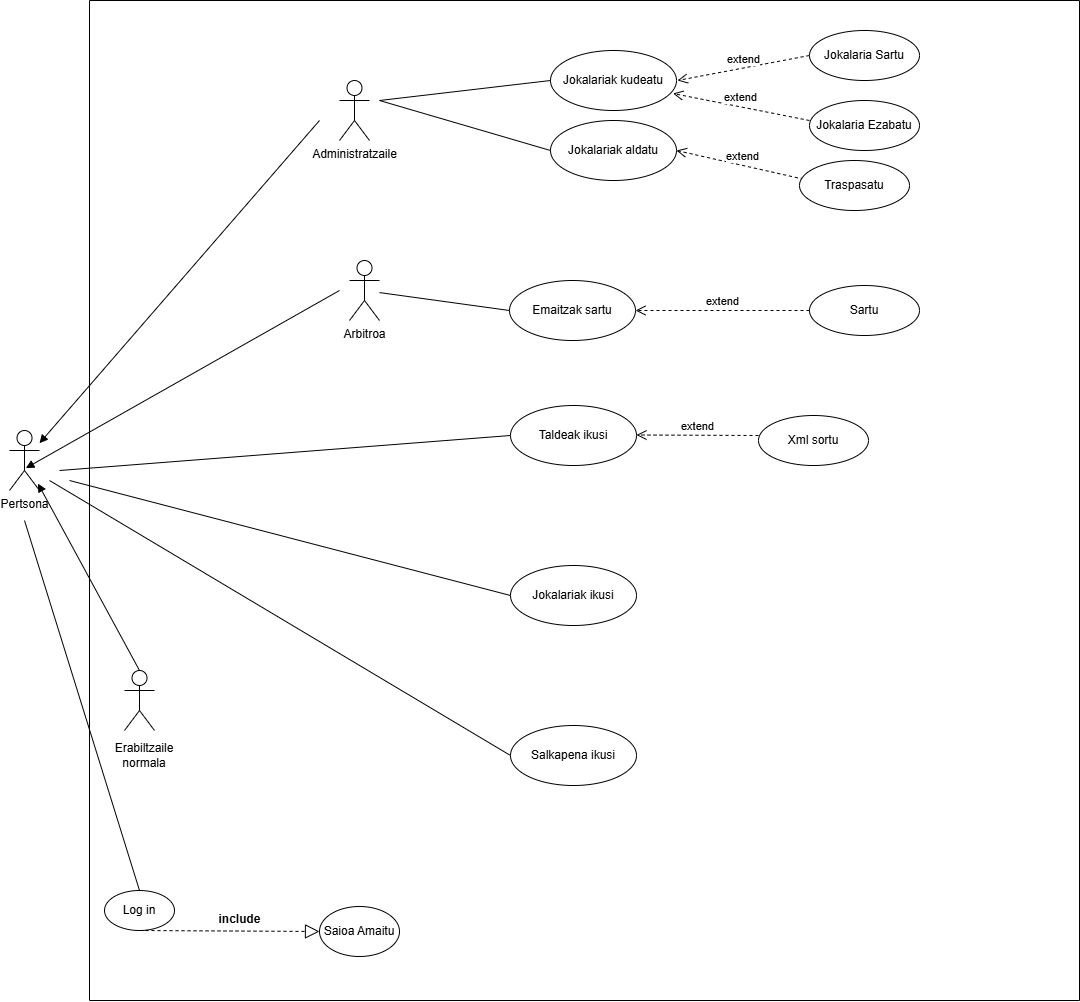
oierfptxurdinaga/T2E3PROG keeps this draw.io diagram as Garapen_Inguru/Erabilera_Kasu_Diagrama.png. Above is the earlier version. Source tidied: cells renumbered, new cells last; positions are measured from the earlier drawing's top-left corner, leaving out a move shared by most shapes. The source it was exported from:
```xml
<mxGraphModel>
  <root>
    <mxCell id="0" />
    <mxCell id="1" parent="0" />
    <mxCell id="2" value="Administratzaile" style="shape=umlActor;verticalLabelPosition=bottom;verticalAlign=top;html=1;" parent="1" vertex="1">
      <mxGeometry x="330" y="80" width="30" height="60" as="geometry" />
    </mxCell>
    <mxCell id="3" value="Pertsona" style="shape=umlActor;verticalLabelPosition=bottom;verticalAlign=top;html=1;" parent="1" vertex="1">
      <mxGeometry y="430" width="30" height="60" as="geometry" />
    </mxCell>
    <mxCell id="4" style="html=1;verticalAlign=bottom;endArrow=block;curved=0;rounded=0;" parent="1" edge="1" target="3">
      <mxGeometry x="-1" y="80" relative="1" as="geometry">
        <mxPoint x="310" y="120" as="sourcePoint" />
      </mxGeometry>
    </mxCell>
    <mxCell id="5" style="html=1;verticalAlign=bottom;endArrow=block;curved=0;rounded=0;entryX=0.545;entryY=0.627;entryDx=0;entryDy=0;entryPerimeter=0;" parent="1" edge="1" target="3">
      <mxGeometry x="-1" y="80" relative="1" as="geometry">
        <mxPoint x="330" y="290" as="sourcePoint" />
      </mxGeometry>
    </mxCell>
    <mxCell id="6" style="html=1;verticalAlign=bottom;endArrow=block;curved=0;rounded=0;entryX=0.949;entryY=0.884;entryDx=0;entryDy=0;entryPerimeter=0;exitX=0.5;exitY=0;exitDx=0;exitDy=0;exitPerimeter=0;" parent="1" edge="1" source="28" target="3">
      <mxGeometry x="-1" y="80" relative="1" as="geometry" />
    </mxCell>
    <mxCell id="7" style="endArrow=none;html=1;rounded=0;entryX=0.5;entryY=0;entryDx=0;entryDy=0;" parent="1" edge="1" target="19">
      <mxGeometry relative="1" as="geometry">
        <mxPoint x="15" y="520" as="sourcePoint" />
      </mxGeometry>
    </mxCell>
    <mxCell id="8" value="Jokalariak kudeatu" style="ellipse;whiteSpace=wrap;html=1;" parent="1" vertex="1">
      <mxGeometry x="541" y="50" width="126" height="60" as="geometry" />
    </mxCell>
    <mxCell id="9" value="Jokalariak aldatu" style="ellipse;whiteSpace=wrap;html=1;" parent="1" vertex="1">
      <mxGeometry x="541" y="120" width="126" height="60" as="geometry" />
    </mxCell>
    <mxCell id="10" style="endArrow=none;html=1;rounded=0;entryX=0;entryY=0.5;entryDx=0;entryDy=0;" parent="1" edge="1" target="8">
      <mxGeometry relative="1" as="geometry">
        <mxPoint x="370" y="100" as="sourcePoint" />
      </mxGeometry>
    </mxCell>
    <mxCell id="11" style="endArrow=none;html=1;rounded=0;entryX=0;entryY=0.5;entryDx=0;entryDy=0;" parent="1" edge="1" target="9">
      <mxGeometry relative="1" as="geometry">
        <mxPoint x="370" y="100" as="sourcePoint" />
      </mxGeometry>
    </mxCell>
    <mxCell id="12" value="extend" style="html=1;verticalAlign=bottom;endArrow=open;dashed=1;endSize=8;curved=0;rounded=0;exitX=0;exitY=0.5;exitDx=0;exitDy=0;" parent="1" edge="1" source="13">
      <mxGeometry relative="1" as="geometry">
        <mxPoint x="668" y="80" as="targetPoint" />
      </mxGeometry>
    </mxCell>
    <mxCell id="13" value="Jokalaria Sartu" style="ellipse;whiteSpace=wrap;html=1;" parent="1" vertex="1">
      <mxGeometry x="800" y="30" width="110" height="50" as="geometry" />
    </mxCell>
    <mxCell id="14" value="extend" style="html=1;verticalAlign=bottom;endArrow=open;dashed=1;endSize=8;curved=0;rounded=0;entryX=0.973;entryY=0.717;entryDx=0;entryDy=0;entryPerimeter=0;" parent="1" edge="1" target="8">
      <mxGeometry relative="1" as="geometry">
        <mxPoint x="800" y="120" as="sourcePoint" />
      </mxGeometry>
    </mxCell>
    <mxCell id="15" value="Jokalaria Ezabatu" style="ellipse;whiteSpace=wrap;html=1;" parent="1" vertex="1">
      <mxGeometry x="800" y="100" width="110" height="50" as="geometry" />
    </mxCell>
    <mxCell id="16" value="extend" style="html=1;verticalAlign=bottom;endArrow=open;dashed=1;endSize=8;curved=0;rounded=0;entryX=1;entryY=0.5;entryDx=0;entryDy=0;" parent="1" edge="1" target="9">
      <mxGeometry relative="1" as="geometry">
        <mxPoint x="800" y="180" as="sourcePoint" />
      </mxGeometry>
    </mxCell>
    <mxCell id="17" value="Traspasatu" style="ellipse;whiteSpace=wrap;html=1;" parent="1" vertex="1">
      <mxGeometry x="790" y="160" width="110" height="50" as="geometry" />
    </mxCell>
    <mxCell id="18" style="swimlane;startSize=0;" parent="1" vertex="1">
      <mxGeometry x="80" width="990" height="1000" as="geometry" />
    </mxCell>
    <mxCell id="19" value="Log in" style="ellipse;whiteSpace=wrap;html=1;" parent="18" vertex="1">
      <mxGeometry x="15" y="890" width="70" height="40" as="geometry" />
    </mxCell>
    <mxCell id="20" value="Saioa Amaitu" style="ellipse;whiteSpace=wrap;html=1;" parent="18" vertex="1">
      <mxGeometry x="230" y="906" width="80" height="50" as="geometry" />
    </mxCell>
    <mxCell id="21" style="endArrow=block;dashed=1;endFill=0;endSize=12;html=1;rounded=0;exitX=0.5;exitY=1;exitDx=0;exitDy=0;" parent="18" edge="1" source="19" target="20">
      <mxGeometry relative="1" as="geometry" />
    </mxCell>
    <mxCell id="22" value="include" style="text;align=center;fontStyle=1;verticalAlign=middle;spacingLeft=3;spacingRight=3;strokeColor=none;html=1;" parent="18" vertex="1">
      <mxGeometry x="110" y="906" width="80" height="26" as="geometry" />
    </mxCell>
    <mxCell id="23" value="Emaitzak sartu" style="ellipse;whiteSpace=wrap;html=1;" parent="18" vertex="1">
      <mxGeometry x="420" y="280" width="126" height="60" as="geometry" />
    </mxCell>
    <mxCell id="24" value="Sartu" style="ellipse;whiteSpace=wrap;html=1;" parent="18" vertex="1">
      <mxGeometry x="720" y="285" width="110" height="50" as="geometry" />
    </mxCell>
    <mxCell id="25" value="extend" style="html=1;verticalAlign=bottom;endArrow=open;dashed=1;endSize=8;curved=0;rounded=0;entryX=1;entryY=0.5;entryDx=0;entryDy=0;exitX=0;exitY=0.5;exitDx=0;exitDy=0;" parent="18" edge="1" source="24" target="23">
      <mxGeometry relative="1" as="geometry" />
    </mxCell>
    <mxCell id="26" value="Arbitroa" style="shape=umlActor;verticalLabelPosition=bottom;verticalAlign=top;html=1;" parent="18" vertex="1">
      <mxGeometry x="260" y="260" width="30" height="60" as="geometry" />
    </mxCell>
    <mxCell id="27" style="endArrow=none;html=1;rounded=0;entryX=0;entryY=0.5;entryDx=0;entryDy=0;" parent="18" edge="1" source="26" target="23">
      <mxGeometry relative="1" as="geometry" />
    </mxCell>
    <mxCell id="28" style="shape=umlActor;verticalLabelPosition=bottom;verticalAlign=top;html=1;" parent="18" vertex="1">
      <mxGeometry x="35" y="670" width="30" height="60" as="geometry" />
    </mxCell>
    <mxCell id="29" value="Erabiltzaile normala" style="text;html=1;whiteSpace=wrap;strokeColor=none;fillColor=none;align=center;verticalAlign=middle;rounded=0;" parent="18" vertex="1">
      <mxGeometry x="25" y="740" width="60" height="30" as="geometry" />
    </mxCell>
    <mxCell id="30" value="Taldeak ikusi" style="ellipse;whiteSpace=wrap;html=1;" parent="18" vertex="1">
      <mxGeometry x="421" y="405" width="126" height="60" as="geometry" />
    </mxCell>
    <mxCell id="31" value="Jokalariak ikusi" style="ellipse;whiteSpace=wrap;html=1;" parent="18" vertex="1">
      <mxGeometry x="421" y="565" width="126" height="60" as="geometry" />
    </mxCell>
    <mxCell id="32" style="endArrow=none;html=1;rounded=0;entryX=0;entryY=0.5;entryDx=0;entryDy=0;" parent="18" edge="1" target="31">
      <mxGeometry relative="1" as="geometry">
        <mxPoint x="-20" y="480" as="sourcePoint" />
      </mxGeometry>
    </mxCell>
    <mxCell id="33" style="endArrow=none;html=1;rounded=0;entryX=0;entryY=0.5;entryDx=0;entryDy=0;" parent="18" edge="1" target="30">
      <mxGeometry relative="1" as="geometry">
        <mxPoint x="-30" y="470" as="sourcePoint" />
      </mxGeometry>
    </mxCell>
    <mxCell id="34" style="endArrow=none;html=1;rounded=0;entryX=0;entryY=0.5;entryDx=0;entryDy=0;" parent="18" edge="1">
      <mxGeometry relative="1" as="geometry">
        <mxPoint x="-40" y="480" as="sourcePoint" />
        <mxPoint x="421" y="755" as="targetPoint" />
      </mxGeometry>
    </mxCell>
    <mxCell id="35" value="extend" style="html=1;verticalAlign=bottom;endArrow=open;dashed=1;endSize=8;curved=0;rounded=0;" parent="18" edge="1">
      <mxGeometry relative="1" as="geometry">
        <mxPoint x="669" y="435" as="sourcePoint" />
        <mxPoint x="547" y="434.5" as="targetPoint" />
      </mxGeometry>
    </mxCell>
    <mxCell id="36" value="Xml sortu" style="ellipse;whiteSpace=wrap;html=1;" parent="18" vertex="1">
      <mxGeometry x="669" y="415" width="110" height="50" as="geometry" />
    </mxCell>
    <mxCell id="37" value="Salkapena ikusi" style="ellipse;whiteSpace=wrap;html=1;" parent="18" vertex="1">
      <mxGeometry x="421" y="725" width="126" height="60" as="geometry" />
    </mxCell>
  </root>
</mxGraphModel>
```
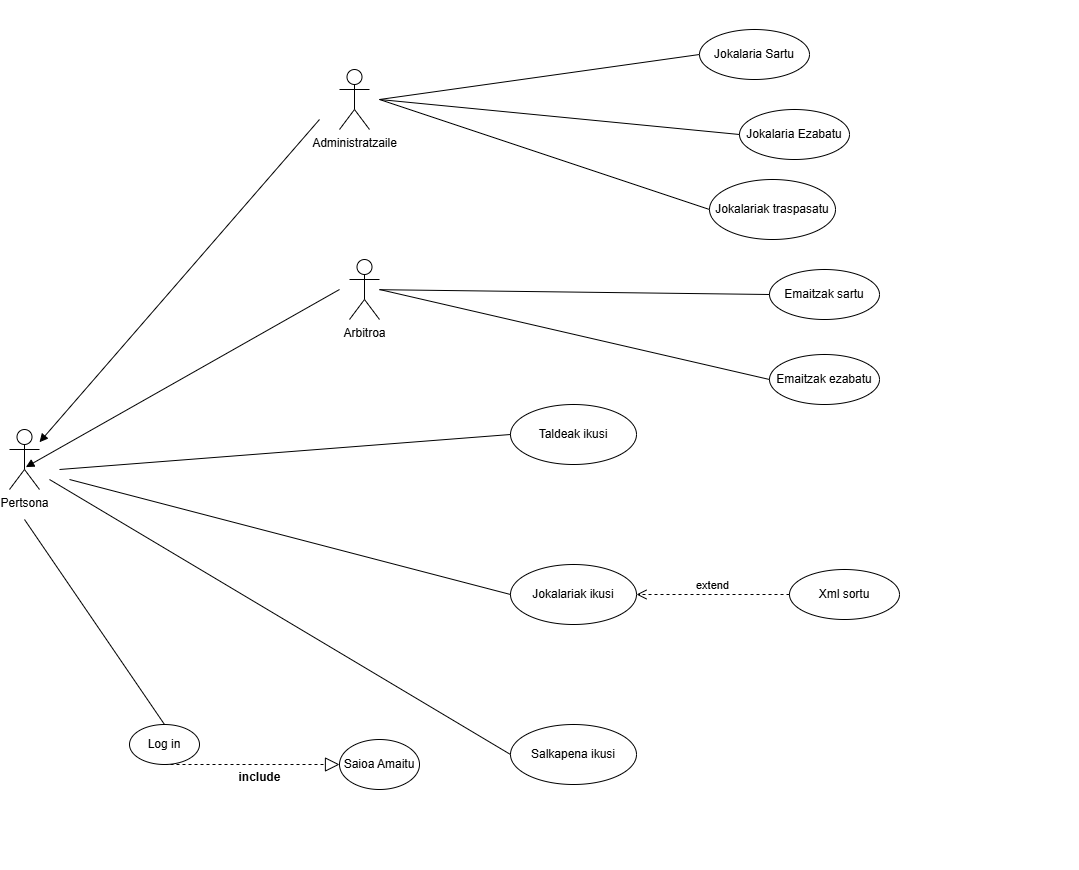
Later version of the same file.

Commit message:
Erabilera kasuak erdi-amaitutak eta kasu diagramaren azken bertsioa

Change to the diagram source:
```diff
@@ -2,9 +2,6 @@
   <root>
     <mxCell id="0" />
     <mxCell id="1" parent="0" />
-    <mxCell id="2" value="Administratzaile" style="shape=umlActor;verticalLabelPosition=bottom;verticalAlign=top;html=1;" parent="1" vertex="1">
-      <mxGeometry x="330" y="80" width="30" height="60" as="geometry" />
-    </mxCell>
     <mxCell id="3" value="Pertsona" style="shape=umlActor;verticalLabelPosition=bottom;verticalAlign=top;html=1;" parent="1" vertex="1">
       <mxGeometry y="430" width="30" height="60" as="geometry" />
     </mxCell>
@@ -18,21 +15,12 @@
         <mxPoint x="330" y="290" as="sourcePoint" />
       </mxGeometry>
     </mxCell>
-    <mxCell id="6" style="html=1;verticalAlign=bottom;endArrow=block;curved=0;rounded=0;entryX=0.949;entryY=0.884;entryDx=0;entryDy=0;entryPerimeter=0;exitX=0.5;exitY=0;exitDx=0;exitDy=0;exitPerimeter=0;" parent="1" edge="1" source="28" target="3">
-      <mxGeometry x="-1" y="80" relative="1" as="geometry" />
-    </mxCell>
     <mxCell id="7" style="endArrow=none;html=1;rounded=0;entryX=0.5;entryY=0;entryDx=0;entryDy=0;" parent="1" edge="1" target="19">
       <mxGeometry relative="1" as="geometry">
         <mxPoint x="15" y="520" as="sourcePoint" />
       </mxGeometry>
     </mxCell>
-    <mxCell id="8" value="Jokalariak kudeatu" style="ellipse;whiteSpace=wrap;html=1;" parent="1" vertex="1">
-      <mxGeometry x="541" y="50" width="126" height="60" as="geometry" />
-    </mxCell>
-    <mxCell id="9" value="Jokalariak aldatu" style="ellipse;whiteSpace=wrap;html=1;" parent="1" vertex="1">
-      <mxGeometry x="541" y="120" width="126" height="60" as="geometry" />
-    </mxCell>
-    <mxCell id="10" style="endArrow=none;html=1;rounded=0;entryX=0;entryY=0.5;entryDx=0;entryDy=0;" parent="1" edge="1" target="8">
+    <mxCell id="10" style="endArrow=none;html=1;rounded=0;entryX=0;entryY=0.5;entryDx=0;entryDy=0;" parent="1" edge="1" target="13">
       <mxGeometry relative="1" as="geometry">
         <mxPoint x="370" y="100" as="sourcePoint" />
       </mxGeometry>
@@ -42,66 +30,30 @@
         <mxPoint x="370" y="100" as="sourcePoint" />
       </mxGeometry>
     </mxCell>
-    <mxCell id="12" value="extend" style="html=1;verticalAlign=bottom;endArrow=open;dashed=1;endSize=8;curved=0;rounded=0;exitX=0;exitY=0.5;exitDx=0;exitDy=0;" parent="1" edge="1" source="13">
-      <mxGeometry relative="1" as="geometry">
-        <mxPoint x="668" y="80" as="targetPoint" />
-      </mxGeometry>
-    </mxCell>
-    <mxCell id="13" value="Jokalaria Sartu" style="ellipse;whiteSpace=wrap;html=1;" parent="1" vertex="1">
-      <mxGeometry x="800" y="30" width="110" height="50" as="geometry" />
-    </mxCell>
-    <mxCell id="14" value="extend" style="html=1;verticalAlign=bottom;endArrow=open;dashed=1;endSize=8;curved=0;rounded=0;entryX=0.973;entryY=0.717;entryDx=0;entryDy=0;entryPerimeter=0;" parent="1" edge="1" target="8">
-      <mxGeometry relative="1" as="geometry">
-        <mxPoint x="800" y="120" as="sourcePoint" />
-      </mxGeometry>
-    </mxCell>
-    <mxCell id="15" value="Jokalaria Ezabatu" style="ellipse;whiteSpace=wrap;html=1;" parent="1" vertex="1">
-      <mxGeometry x="800" y="100" width="110" height="50" as="geometry" />
-    </mxCell>
-    <mxCell id="16" value="extend" style="html=1;verticalAlign=bottom;endArrow=open;dashed=1;endSize=8;curved=0;rounded=0;entryX=1;entryY=0.5;entryDx=0;entryDy=0;" parent="1" edge="1" target="9">
-      <mxGeometry relative="1" as="geometry">
-        <mxPoint x="800" y="180" as="sourcePoint" />
-      </mxGeometry>
-    </mxCell>
-    <mxCell id="17" value="Traspasatu" style="ellipse;whiteSpace=wrap;html=1;" parent="1" vertex="1">
-      <mxGeometry x="790" y="160" width="110" height="50" as="geometry" />
-    </mxCell>
-    <mxCell id="18" style="swimlane;startSize=0;" parent="1" vertex="1">
-      <mxGeometry x="80" width="990" height="1000" as="geometry" />
+    <mxCell id="18" style="swimlane;startSize=0;fillColor=none;strokeColor=none;" parent="1" vertex="1">
+      <mxGeometry x="80" width="990" height="870" as="geometry" />
     </mxCell>
     <mxCell id="19" value="Log in" style="ellipse;whiteSpace=wrap;html=1;" parent="18" vertex="1">
-      <mxGeometry x="15" y="890" width="70" height="40" as="geometry" />
+      <mxGeometry x="40" y="725" width="70" height="40" as="geometry" />
     </mxCell>
     <mxCell id="20" value="Saioa Amaitu" style="ellipse;whiteSpace=wrap;html=1;" parent="18" vertex="1">
-      <mxGeometry x="230" y="906" width="80" height="50" as="geometry" />
+      <mxGeometry x="250" y="740" width="80" height="50" as="geometry" />
     </mxCell>
     <mxCell id="21" style="endArrow=block;dashed=1;endFill=0;endSize=12;html=1;rounded=0;exitX=0.5;exitY=1;exitDx=0;exitDy=0;" parent="18" edge="1" source="19" target="20">
       <mxGeometry relative="1" as="geometry" />
     </mxCell>
     <mxCell id="22" value="include" style="text;align=center;fontStyle=1;verticalAlign=middle;spacingLeft=3;spacingRight=3;strokeColor=none;html=1;" parent="18" vertex="1">
-      <mxGeometry x="110" y="906" width="80" height="26" as="geometry" />
+      <mxGeometry x="130" y="765" width="80" height="26" as="geometry" />
     </mxCell>
-    <mxCell id="23" value="Emaitzak sartu" style="ellipse;whiteSpace=wrap;html=1;" parent="18" vertex="1">
-      <mxGeometry x="420" y="280" width="126" height="60" as="geometry" />
-    </mxCell>
-    <mxCell id="24" value="Sartu" style="ellipse;whiteSpace=wrap;html=1;" parent="18" vertex="1">
-      <mxGeometry x="720" y="285" width="110" height="50" as="geometry" />
+    <mxCell id="24" value="Emaitzak sartu" style="ellipse;whiteSpace=wrap;html=1;" parent="18" vertex="1">
+      <mxGeometry x="680" y="270" width="110" height="50" as="geometry" />
     </mxCell>
-    <mxCell id="25" value="extend" style="html=1;verticalAlign=bottom;endArrow=open;dashed=1;endSize=8;curved=0;rounded=0;entryX=1;entryY=0.5;entryDx=0;entryDy=0;exitX=0;exitY=0.5;exitDx=0;exitDy=0;" parent="18" edge="1" source="24" target="23">
-      <mxGeometry relative="1" as="geometry" />
-    </mxCell>
     <mxCell id="26" value="Arbitroa" style="shape=umlActor;verticalLabelPosition=bottom;verticalAlign=top;html=1;" parent="18" vertex="1">
       <mxGeometry x="260" y="260" width="30" height="60" as="geometry" />
     </mxCell>
-    <mxCell id="27" style="endArrow=none;html=1;rounded=0;entryX=0;entryY=0.5;entryDx=0;entryDy=0;" parent="18" edge="1" source="26" target="23">
+    <mxCell id="27" style="endArrow=none;html=1;rounded=0;entryX=0;entryY=0.5;entryDx=0;entryDy=0;" parent="18" edge="1" source="26" target="24">
       <mxGeometry relative="1" as="geometry" />
     </mxCell>
-    <mxCell id="28" style="shape=umlActor;verticalLabelPosition=bottom;verticalAlign=top;html=1;" parent="18" vertex="1">
-      <mxGeometry x="35" y="670" width="30" height="60" as="geometry" />
-    </mxCell>
-    <mxCell id="29" value="Erabiltzaile normala" style="text;html=1;whiteSpace=wrap;strokeColor=none;fillColor=none;align=center;verticalAlign=middle;rounded=0;" parent="18" vertex="1">
-      <mxGeometry x="25" y="740" width="60" height="30" as="geometry" />
-    </mxCell>
     <mxCell id="30" value="Taldeak ikusi" style="ellipse;whiteSpace=wrap;html=1;" parent="18" vertex="1">
       <mxGeometry x="421" y="405" width="126" height="60" as="geometry" />
     </mxCell>
@@ -124,17 +76,39 @@
         <mxPoint x="421" y="755" as="targetPoint" />
       </mxGeometry>
     </mxCell>
-    <mxCell id="35" value="extend" style="html=1;verticalAlign=bottom;endArrow=open;dashed=1;endSize=8;curved=0;rounded=0;" parent="18" edge="1">
-      <mxGeometry relative="1" as="geometry">
-        <mxPoint x="669" y="435" as="sourcePoint" />
-        <mxPoint x="547" y="434.5" as="targetPoint" />
-      </mxGeometry>
+    <mxCell id="35" value="extend" style="html=1;verticalAlign=bottom;endArrow=open;dashed=1;endSize=8;curved=0;rounded=0;entryX=1;entryY=0.5;entryDx=0;entryDy=0;exitX=0;exitY=0.5;exitDx=0;exitDy=0;" parent="18" edge="1" source="36" target="31">
+      <mxGeometry relative="1" as="geometry" />
     </mxCell>
     <mxCell id="36" value="Xml sortu" style="ellipse;whiteSpace=wrap;html=1;" parent="18" vertex="1">
-      <mxGeometry x="669" y="415" width="110" height="50" as="geometry" />
+      <mxGeometry x="700" y="570" width="110" height="50" as="geometry" />
     </mxCell>
     <mxCell id="37" value="Salkapena ikusi" style="ellipse;whiteSpace=wrap;html=1;" parent="18" vertex="1">
       <mxGeometry x="421" y="725" width="126" height="60" as="geometry" />
     </mxCell>
+    <mxCell id="9" value="Jokalariak traspasatu" style="ellipse;whiteSpace=wrap;html=1;" parent="18" vertex="1">
+      <mxGeometry x="620" y="180" width="126" height="60" as="geometry" />
+    </mxCell>
+    <mxCell id="38" value="Emaitzak ezabatu" style="ellipse;whiteSpace=wrap;html=1;" parent="18" vertex="1">
+      <mxGeometry x="680" y="355" width="110" height="50" as="geometry" />
+    </mxCell>
+    <mxCell id="13" value="Jokalaria Sartu" style="ellipse;whiteSpace=wrap;html=1;" parent="18" vertex="1">
+      <mxGeometry x="610" y="30" width="110" height="50" as="geometry" />
+    </mxCell>
+    <mxCell id="15" value="Jokalaria Ezabatu" style="ellipse;whiteSpace=wrap;html=1;" parent="18" vertex="1">
+      <mxGeometry x="650" y="110" width="110" height="50" as="geometry" />
+    </mxCell>
+    <mxCell id="2" value="Administratzaile" style="shape=umlActor;verticalLabelPosition=bottom;verticalAlign=top;html=1;" parent="18" vertex="1">
+      <mxGeometry x="250" y="70" width="30" height="60" as="geometry" />
+    </mxCell>
+    <mxCell id="39" style="endArrow=none;html=1;rounded=0;fontSize=12;startSize=8;endSize=8;curved=1;entryX=0;entryY=0.5;entryDx=0;entryDy=0;" parent="1" edge="1" target="15">
+      <mxGeometry relative="1" as="geometry">
+        <mxPoint x="370" y="100" as="sourcePoint" />
+      </mxGeometry>
+    </mxCell>
+    <mxCell id="40" style="endArrow=none;html=1;rounded=0;entryX=0;entryY=0.5;entryDx=0;entryDy=0;" parent="1" edge="1" target="38">
+      <mxGeometry relative="1" as="geometry">
+        <mxPoint x="370" y="290" as="sourcePoint" />
+      </mxGeometry>
+    </mxCell>
   </root>
 </mxGraphModel>
```
